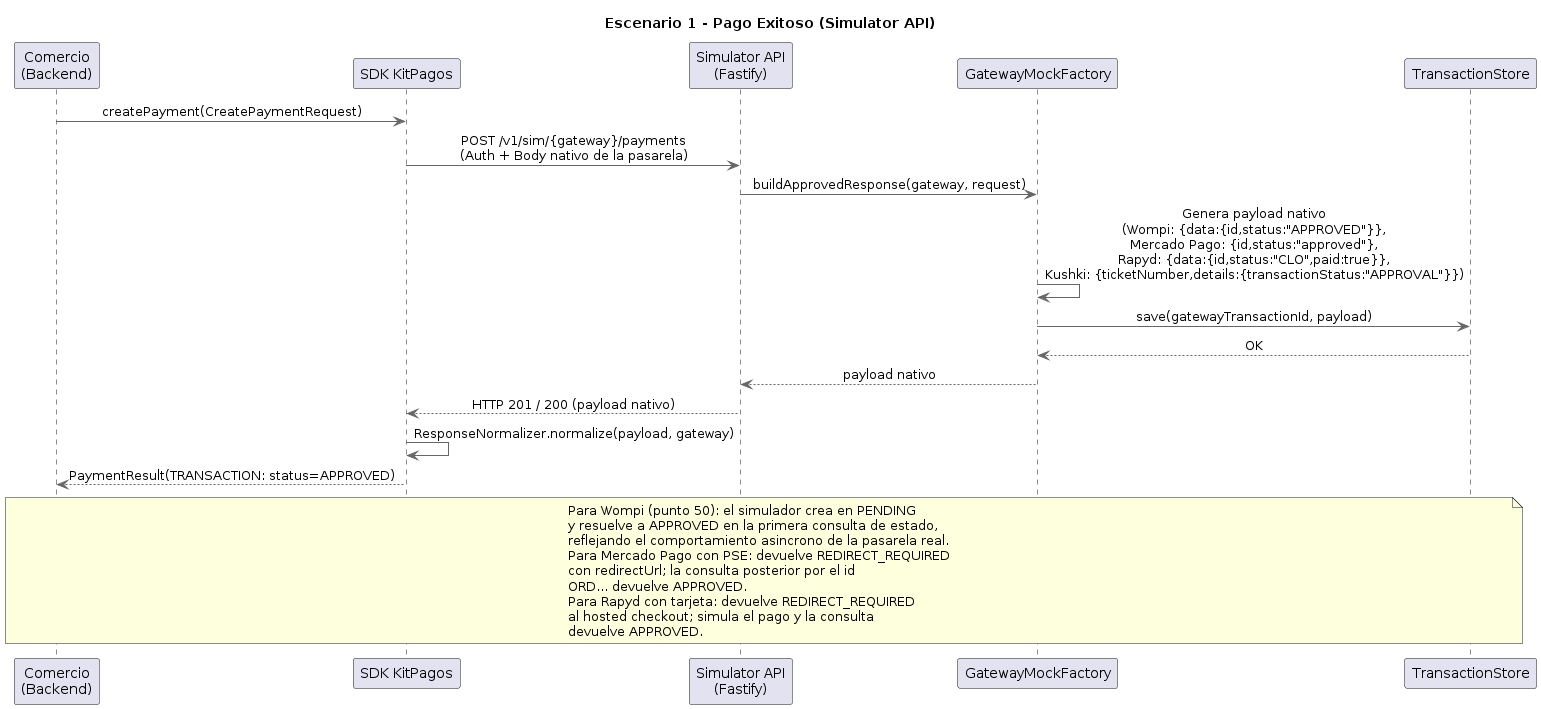
The PlantUML diagram docs/architecture/Simulador API/Sequence Diagram - Successful Payment.png in PurosBrothers/Kit-Pagos-Colombia---Tesis, before a commit.
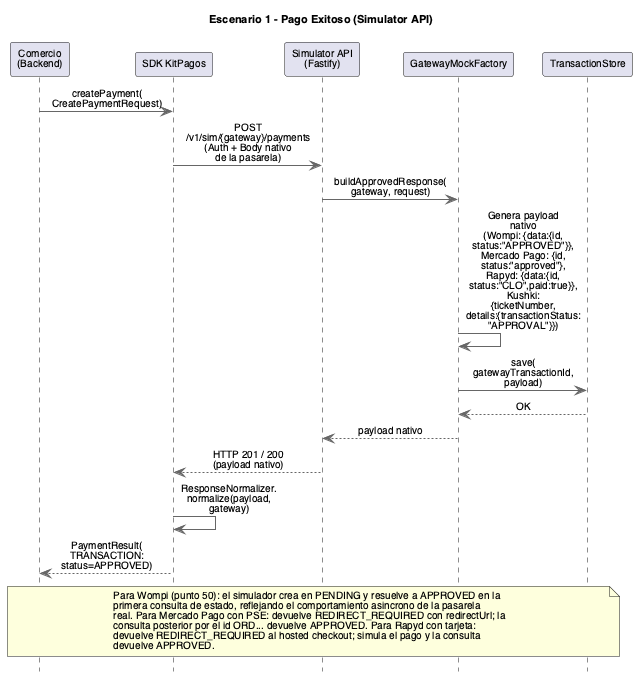
After the commit.

Change to the diagram source:
```diff
@@ -1,6 +1,18 @@
-@startuml
+@startuml Sequence Diagram - Successful Payment
 title Escenario 1 - Pago Exitoso (Simulator API)
 skinparam backgroundColor white
+skinparam defaultFontName Helvetica
+skinparam defaultFontSize 10
+skinparam titleFontSize 11
+skinparam ParticipantFontSize 10
+skinparam ActorFontSize 10
+skinparam ArrowFontSize 10
+skinparam NoteFontSize 10
+skinparam SequenceGroupFontSize 10
+skinparam SequenceGroupHeaderFontSize 10
+skinparam SequenceDividerFontSize 10
+skinparam maxMessageSize 95
+hide footbox
 skinparam sequenceMessageAlign center
 skinparam ArrowColor #666666
 skinparam LifeLineBorderColor #666666
@@ -11,26 +23,24 @@
 participant "GatewayMockFactory" as MockFactory
 participant "TransactionStore" as Store
 
-Comercio -> SDK : createPayment(CreatePaymentRequest)
+Comercio -> SDK : createPayment(\nCreatePaymentRequest)
 SDK -> SimAPI : POST /v1/sim/{gateway}/payments\n(Auth + Body nativo de la pasarela)
-SimAPI -> MockFactory : buildApprovedResponse(gateway, request)
-MockFactory -> MockFactory : Genera payload nativo\n(Wompi: {data:{id,status:"APPROVED"}},\nMercado Pago: {id,status:"approved"},\nRapyd: {data:{id,status:"CLO",paid:true}},\nKushki: {ticketNumber,details:{transactionStatus:"APPROVAL"}})
-MockFactory -> Store : save(gatewayTransactionId, payload)
+SimAPI -> MockFactory : buildApprovedResponse(\ngateway, request)
+MockFactory -> MockFactory : Genera payload nativo\n(Wompi: {data:{id,\nstatus:"APPROVED"}},\nMercado Pago: {id,\nstatus:"approved"},\nRapyd: {data:{id,\nstatus:"CLO",paid:true}},\nKushki: {ticketNumber,\ndetails:{transactionStatus:\n"APPROVAL"}})
+MockFactory -> Store : save(\ngatewayTransactionId,\npayload)
 Store --> MockFactory : OK
 MockFactory --> SimAPI : payload nativo
 SimAPI --> SDK : HTTP 201 / 200 (payload nativo)
-SDK -> SDK : ResponseNormalizer.normalize(payload, gateway)
-SDK --> Comercio : PaymentResult(TRANSACTION: status=APPROVED)
+SDK -> SDK : ResponseNormalizer.\nnormalize(payload,\ngateway)
+SDK --> Comercio : PaymentResult(\nTRANSACTION:\nstatus=APPROVED)
 
 note over Comercio, Store
-  Para Wompi (punto 50): el simulador crea en PENDING
-  y resuelve a APPROVED en la primera consulta de estado,
-  reflejando el comportamiento asincrono de la pasarela real.
-  Para Mercado Pago con PSE: devuelve REDIRECT_REQUIRED
-  con redirectUrl; la consulta posterior por el id
-  ORD... devuelve APPROVED.
-  Para Rapyd con tarjeta: devuelve REDIRECT_REQUIRED
-  al hosted checkout; simula el pago y la consulta
+  Para Wompi (punto 50): el simulador crea en PENDING y resuelve a APPROVED en la
+  primera consulta de estado, reflejando el comportamiento asincrono de la pasarela
+  real. Para Mercado Pago con PSE: devuelve REDIRECT_REQUIRED con redirectUrl; la
+  consulta posterior por el id ORD... devuelve APPROVED. Para Rapyd con tarjeta:
+  devuelve REDIRECT_REQUIRED al hosted checkout; simula el pago y la consulta
   devuelve APPROVED.
 end note
+
 @enduml
```
